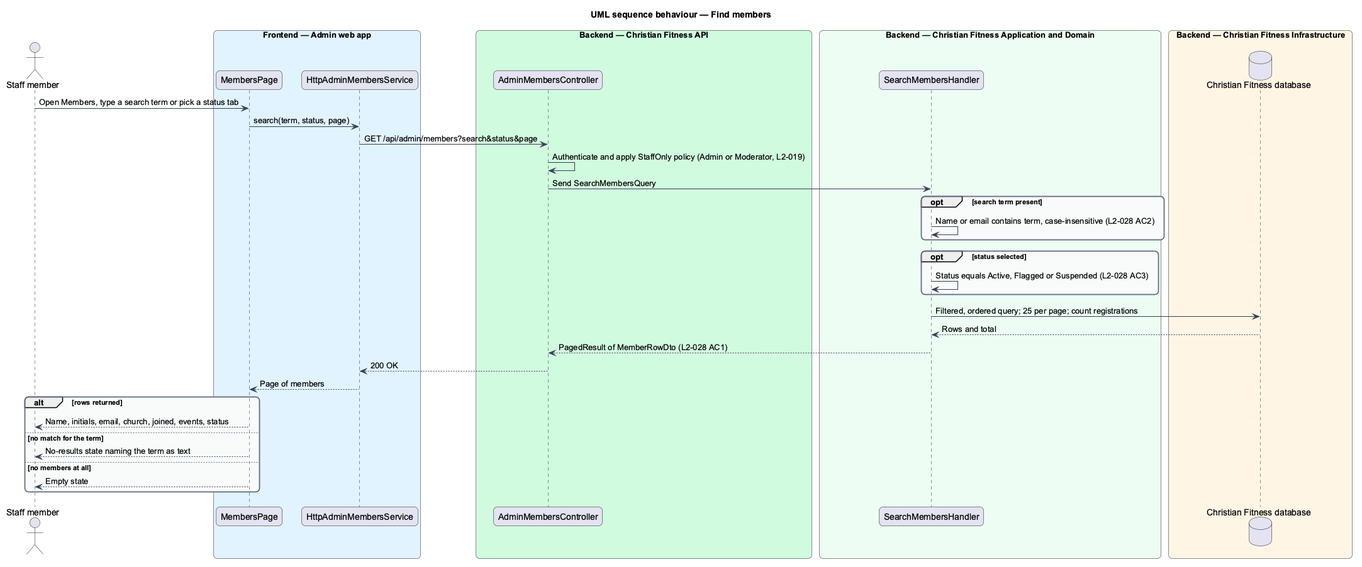
This is docs/detailed-designs/admin-moderation/find-members/diagrams/sequence-search.png from QuinntyneBrown/christian-fitness, a PlantUML export, as it was before one commit.
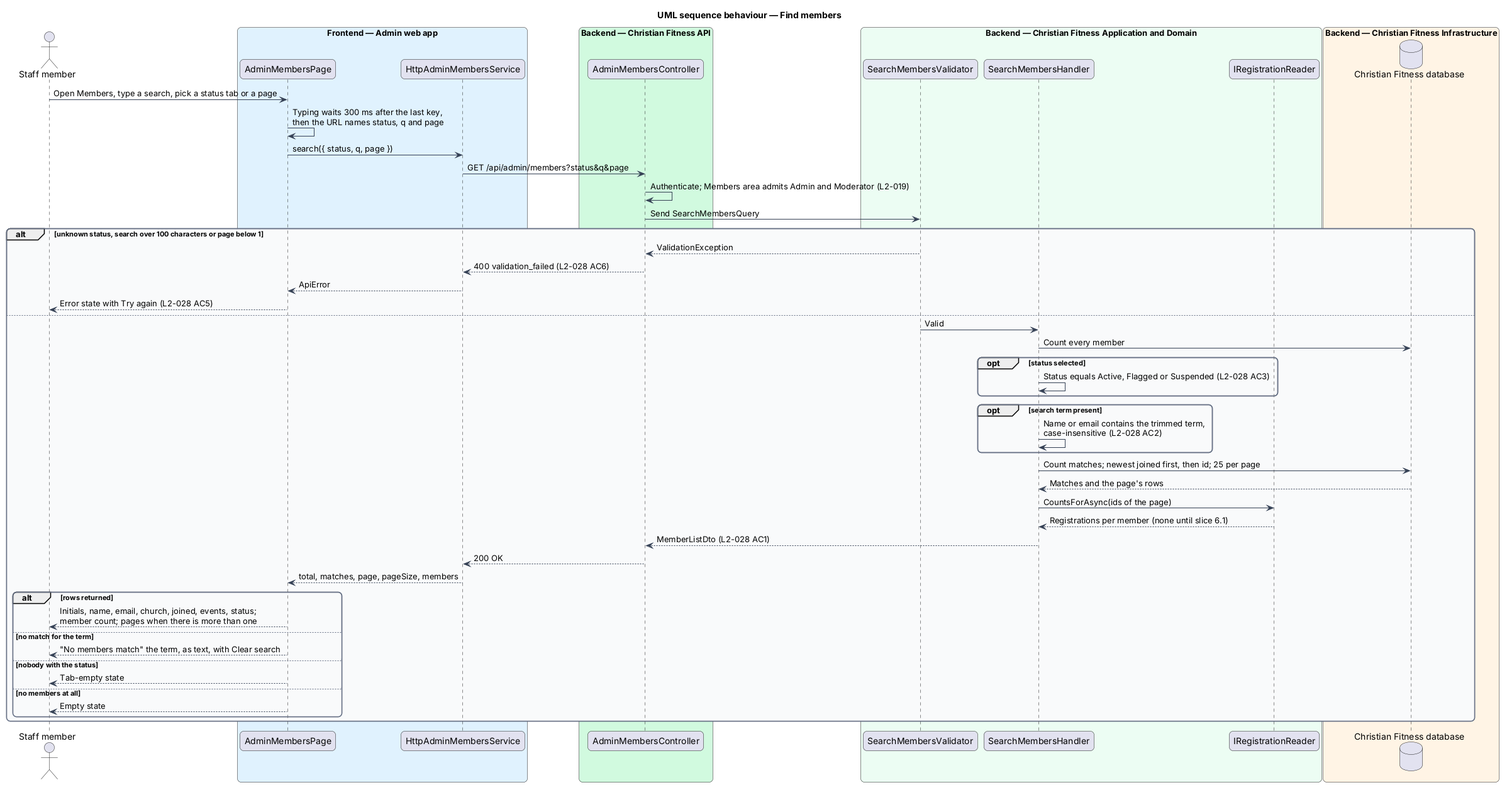
The same file after the commit.

The edit, as a diff of the source:
```diff
@@ -16,39 +16,55 @@
 }
 actor "Staff member" as actor
 box "Frontend — Admin web app" #E0F2FE
-  participant "MembersPage" as page
+  participant "AdminMembersPage" as page
   participant "HttpAdminMembersService" as client
 end box
 box "Backend — Christian Fitness API" #D1FADF
   participant "AdminMembersController" as ctrl
 end box
 box "Backend — Christian Fitness Application and Domain" #ECFDF3
+  participant "SearchMembersValidator" as v
   participant "SearchMembersHandler" as h
+  participant "IRegistrationReader" as reg
 end box
 box "Backend — Christian Fitness Infrastructure" #FFF4E5
   database "Christian Fitness database" as db
 end box
-actor -> page : Open Members, type a search term or pick a status tab
-page -> client : search(term, status, page)
-client -> ctrl : GET /api/admin/members?search&status&page
-ctrl -> ctrl : Authenticate and apply StaffOnly policy (Admin or Moderator, L2-019)
-ctrl -> h : Send SearchMembersQuery
-opt search term present
-  h -> h : Name or email contains term, case-insensitive (L2-028 AC2)
-end
-opt status selected
-  h -> h : Status equals Active, Flagged or Suspended (L2-028 AC3)
-end
-h -> db : Filtered, ordered query; 25 per page; count registrations
-db --> h : Rows and total
-h --> ctrl : PagedResult of MemberRowDto (L2-028 AC1)
-ctrl --> client : 200 OK
-client --> page : Page of members
-alt rows returned
-  page --> actor : Name, initials, email, church, joined, events, status
-else no match for the term
-  page --> actor : No-results state naming the term as text
-else no members at all
-  page --> actor : Empty state
+actor -> page : Open Members, type a search, pick a status tab or a page
+page -> page : Typing waits 300 ms after the last key,\nthen the URL names status, q and page
+page -> client : search({ status, q, page })
+client -> ctrl : GET /api/admin/members?status&q&page
+ctrl -> ctrl : Authenticate; Members area admits Admin and Moderator (L2-019)
+ctrl -> v : Send SearchMembersQuery
+alt unknown status, search over 100 characters or page below 1
+  v --> ctrl : ValidationException
+  ctrl --> client : 400 validation_failed (L2-028 AC6)
+  client --> page : ApiError
+  page --> actor : Error state with Try again (L2-028 AC5)
+else
+  v -> h : Valid
+  h -> db : Count every member
+  opt status selected
+    h -> h : Status equals Active, Flagged or Suspended (L2-028 AC3)
+  end
+  opt search term present
+    h -> h : Name or email contains the trimmed term,\ncase-insensitive (L2-028 AC2)
+  end
+  h -> db : Count matches; newest joined first, then id; 25 per page
+  db --> h : Matches and the page's rows
+  h -> reg : CountsForAsync(ids of the page)
+  reg --> h : Registrations per member (none until slice 6.1)
+  h --> ctrl : MemberListDto (L2-028 AC1)
+  ctrl --> client : 200 OK
+  client --> page : total, matches, page, pageSize, members
+  alt rows returned
+    page --> actor : Initials, name, email, church, joined, events, status;\nmember count; pages when there is more than one
+  else no match for the term
+    page --> actor : "No members match" the term, as text, with Clear search
+  else nobody with the status
+    page --> actor : Tab-empty state
+  else no members at all
+    page --> actor : Empty state
+  end
 end
 @enduml
```
